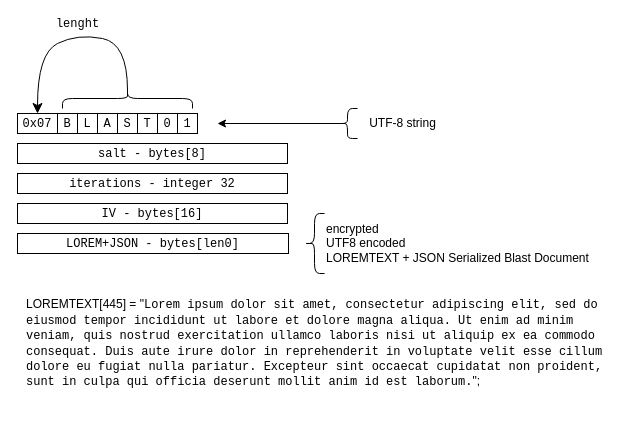
Above: docs/blast-file-format.drawio in nicolgit/blast (draw.io), before the change. Source tidied: cells renumbered, new cells numbered last; positions are measured from the earlier drawing's top-left corner, leaving out a move shared by most shapes. Both pictures are drawn from the tidied source at 100%, with x=0, y=0 at pixel (17, 33).
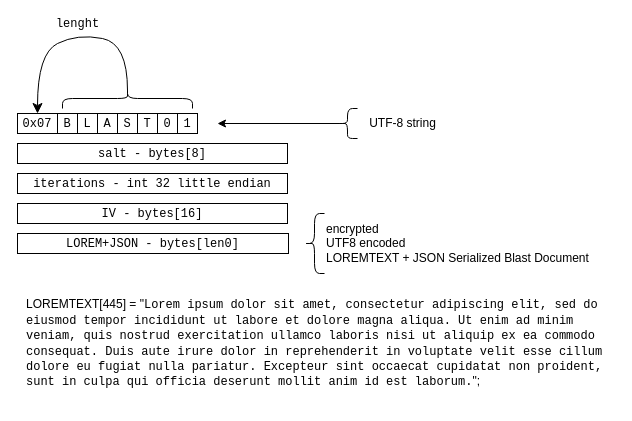
After the change.

What changed in the source:
```diff
@@
-    <mxCell id="11" value="&lt;font face=&quot;Courier New&quot;&gt;iterations - integer 32&lt;/font&gt;" style="rounded=0;whiteSpace=wrap;html=1;" parent="1" vertex="1">
+    <mxCell id="11" value="&lt;font face=&quot;Courier New&quot;&gt;iterations - int 32 little endian&lt;/font&gt;" style="rounded=0;whiteSpace=wrap;html=1;" parent="1" vertex="1">
       <mxGeometry y="140" width="270" height="20" as="geometry" />
     </mxCell>
```
